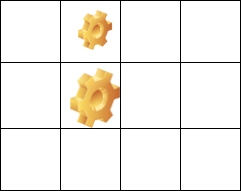
Above: Untitled Diagram.png in CodeAlag/CodeAlag.github.io (draw.io), before the change. Source tidied: cells renumbered, new cells last; positions are measured from the earlier drawing's top-left corner, leaving out a move shared by most shapes. The source it was exported from:
```xml
<mxGraphModel>
  <root>
    <mxCell id="0" />
    <mxCell id="1" parent="0" />
    <mxCell id="2" style="shape=table;html=1;whiteSpace=wrap;startSize=0;rowLines=1;columnLines=1;" parent="1" vertex="1">
      <mxGeometry width="240" height="190" as="geometry" />
    </mxCell>
    <mxCell id="3" style="shape=partialRectangle;html=1;whiteSpace=wrap;fillColor=none;top=0;left=0;bottom=0;right=0;" parent="2" vertex="1">
      <mxGeometry width="240" height="62" as="geometry" />
    </mxCell>
    <mxCell id="4" style="shape=partialRectangle;html=1;whiteSpace=wrap;fillColor=none;top=0;left=0;bottom=0;right=0;overflow=hidden;" parent="3" vertex="1">
      <mxGeometry width="60" height="62" as="geometry" />
    </mxCell>
    <mxCell id="5" style="shape=partialRectangle;html=1;whiteSpace=wrap;fillColor=none;top=0;left=0;bottom=0;right=0;overflow=hidden;" parent="3" vertex="1">
      <mxGeometry x="60" width="60" height="62" as="geometry" />
    </mxCell>
    <mxCell id="6" style="shape=partialRectangle;html=1;whiteSpace=wrap;fillColor=none;top=0;left=0;bottom=0;right=0;overflow=hidden;" parent="3" vertex="1">
      <mxGeometry x="120" width="60" height="62" as="geometry" />
    </mxCell>
    <mxCell id="7" style="shape=partialRectangle;html=1;whiteSpace=wrap;fillColor=none;top=0;left=0;bottom=0;right=0;overflow=hidden;" parent="3" vertex="1">
      <mxGeometry x="180" width="60" height="62" as="geometry" />
    </mxCell>
    <mxCell id="8" style="shape=partialRectangle;html=1;whiteSpace=wrap;fillColor=none;top=0;left=0;bottom=0;right=0;" parent="2" vertex="1">
      <mxGeometry y="62" width="240" height="66" as="geometry" />
    </mxCell>
    <mxCell id="9" style="shape=partialRectangle;html=1;whiteSpace=wrap;fillColor=none;top=0;left=0;bottom=0;right=0;overflow=hidden;" parent="8" vertex="1">
      <mxGeometry width="60" height="66" as="geometry" />
    </mxCell>
    <mxCell id="10" style="shape=partialRectangle;html=1;whiteSpace=wrap;fillColor=none;top=0;left=0;bottom=0;right=0;overflow=hidden;" parent="8" vertex="1">
      <mxGeometry x="60" width="60" height="66" as="geometry" />
    </mxCell>
    <mxCell id="11" style="shape=partialRectangle;html=1;whiteSpace=wrap;fillColor=none;top=0;left=0;bottom=0;right=0;overflow=hidden;" parent="8" vertex="1">
      <mxGeometry x="120" width="60" height="66" as="geometry" />
    </mxCell>
    <mxCell id="12" style="shape=partialRectangle;html=1;whiteSpace=wrap;fillColor=none;top=0;left=0;bottom=0;right=0;overflow=hidden;" parent="8" vertex="1">
      <mxGeometry x="180" width="60" height="66" as="geometry" />
    </mxCell>
    <mxCell id="13" style="shape=partialRectangle;html=1;whiteSpace=wrap;fillColor=none;top=0;left=0;bottom=0;right=0;" parent="2" vertex="1">
      <mxGeometry y="128" width="240" height="62" as="geometry" />
    </mxCell>
    <mxCell id="14" style="shape=partialRectangle;html=1;whiteSpace=wrap;fillColor=none;top=0;left=0;bottom=0;right=0;overflow=hidden;" parent="13" vertex="1">
      <mxGeometry width="60" height="62" as="geometry" />
    </mxCell>
    <mxCell id="15" style="shape=partialRectangle;html=1;whiteSpace=wrap;fillColor=none;top=0;left=0;bottom=0;right=0;overflow=hidden;" parent="13" vertex="1">
      <mxGeometry x="60" width="60" height="62" as="geometry" />
    </mxCell>
    <mxCell id="16" style="shape=partialRectangle;html=1;whiteSpace=wrap;fillColor=none;top=0;left=0;bottom=0;right=0;overflow=hidden;" parent="13" vertex="1">
      <mxGeometry x="120" width="60" height="62" as="geometry" />
    </mxCell>
    <mxCell id="17" style="shape=partialRectangle;html=1;whiteSpace=wrap;fillColor=none;top=0;left=0;bottom=0;right=0;overflow=hidden;" parent="13" vertex="1">
      <mxGeometry x="180" width="60" height="62" as="geometry" />
    </mxCell>
    <mxCell id="18" style="shape=image;html=1;verticalLabelPosition=bottom;verticalAlign=top;imageAspect=1;image=img/clipart/Gear_128x128.png;" parent="1" vertex="1">
      <mxGeometry x="78" y="10" width="34.1" height="40" as="geometry" />
    </mxCell>
    <mxCell id="19" style="shape=image;html=1;verticalLabelPosition=bottom;verticalAlign=top;imageAspect=0;image=img/clipart/Gear_128x128.png;" parent="1" vertex="1">
      <mxGeometry x="70" y="68" width="50" height="60" as="geometry" />
    </mxCell>
  </root>
</mxGraphModel>
```
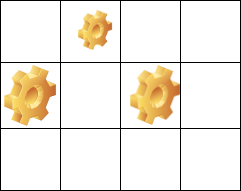
After the commit.

The edit, as a diff of the source:
```diff
@@ -54,7 +54,10 @@
       <mxGeometry x="78" y="10" width="34.1" height="40" as="geometry" />
     </mxCell>
     <mxCell id="19" style="shape=image;html=1;verticalLabelPosition=bottom;verticalAlign=top;imageAspect=0;image=img/clipart/Gear_128x128.png;" parent="1" vertex="1">
-      <mxGeometry x="70" y="68" width="50" height="60" as="geometry" />
+      <mxGeometry x="130" y="65" width="50" height="60" as="geometry" />
     </mxCell>
+    <mxCell id="20" style="shape=image;html=1;verticalLabelPosition=bottom;verticalAlign=top;imageAspect=1;image=img/clipart/Gear_128x128.png;" parent="1" vertex="1">
+      <mxGeometry x="4" y="65" width="52" height="61" as="geometry" />
+    </mxCell>
   </root>
 </mxGraphModel>
```
